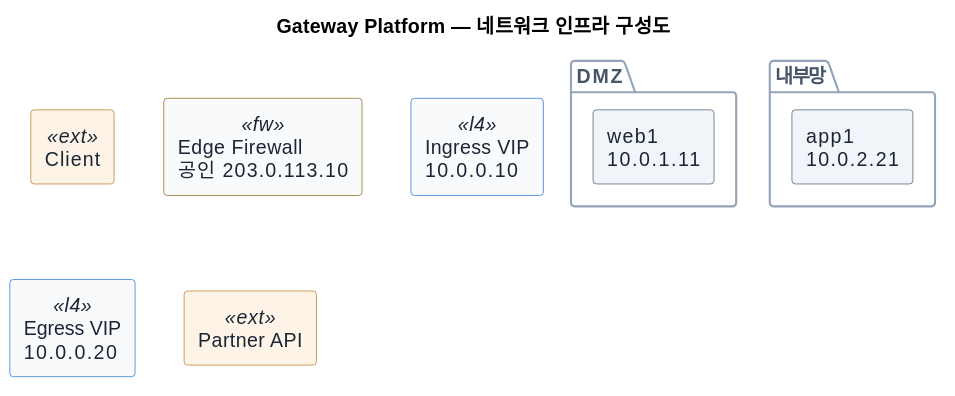
Before: docs/examples/puml/gateway-nat-topology.svg, a diagram exported from PlantUML (SeokRae/flowcast). Its source is kept beside it as docs/examples/puml/gateway-nat-topology.puml. Its diagram source:
```plantuml
@startuml
skinparam backgroundColor #FFFFFF
skinparam rectangle {
  BackgroundColor #F1F5F9
  BackgroundColor<<ext>> #FDF3E7
  BackgroundColor<<gear>> #F8FAFC
  BackgroundColor<<fw>> #F8FAFC
  BackgroundColor<<l4>> #F8FAFC
  BorderColor #475569
  BorderColor<<ext>> #B7791F
  BorderColor<<gear>> #94A3B8
  BorderColor<<fw>> #8A6210
  BorderColor<<l4>> #1F6FD0
  FontColor #1B2635
}
skinparam package {
  BorderColor #94A3B8
  BackgroundColor transparent
  FontColor #475569
}
title Gateway Platform — 네트워크 인프라 구성도
package "DMZ" {
  rectangle "web1\n10.0.1.11" as web1
}
package "내부망" {
  rectangle "app1\n10.0.2.21" as app1
}
rectangle "Client" as client <<ext>>
rectangle "Edge Firewall\n공인 203.0.113.10" as fw_edge <<fw>>
rectangle "Ingress VIP\n10.0.0.10" as vip_in <<l4>>
rectangle "Egress VIP\n10.0.0.20" as vip_out <<l4>>
rectangle "Partner API" as partner <<ext>>

@enduml
```
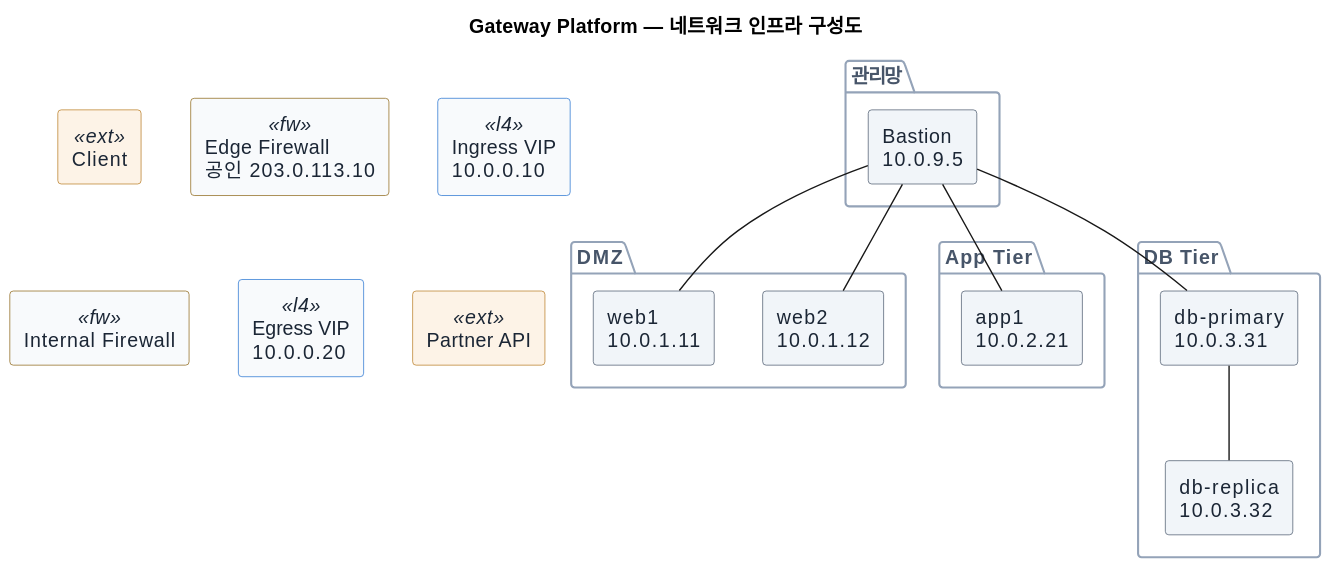
After the change.

Commit message:
feat: gateway-nat-topology 예제 확장 — 다계층 구성 + 운영자 SSH FLOW

Change to the diagram source:
```diff
@@ -21,14 +21,28 @@
 title Gateway Platform — 네트워크 인프라 구성도
 package "DMZ" {
   rectangle "web1\n10.0.1.11" as web1
+  rectangle "web2\n10.0.1.12" as web2
 }
-package "내부망" {
+package "App Tier" {
   rectangle "app1\n10.0.2.21" as app1
+}
+package "DB Tier" {
+  rectangle "db-primary\n10.0.3.31" as db_primary
+  rectangle "db-replica\n10.0.3.32" as db_replica
+}
+package "관리망" {
+  rectangle "Bastion\n10.0.9.5" as bastion
 }
 rectangle "Client" as client <<ext>>
 rectangle "Edge Firewall\n공인 203.0.113.10" as fw_edge <<fw>>
 rectangle "Ingress VIP\n10.0.0.10" as vip_in <<l4>>
+rectangle "Internal Firewall" as fw_db <<fw>>
 rectangle "Egress VIP\n10.0.0.20" as vip_out <<l4>>
 rectangle "Partner API" as partner <<ext>>
 
+db_primary -- db_replica
+bastion -- web1
+bastion -- web2
+bastion -- app1
+bastion -- db_primary
 @enduml
```
